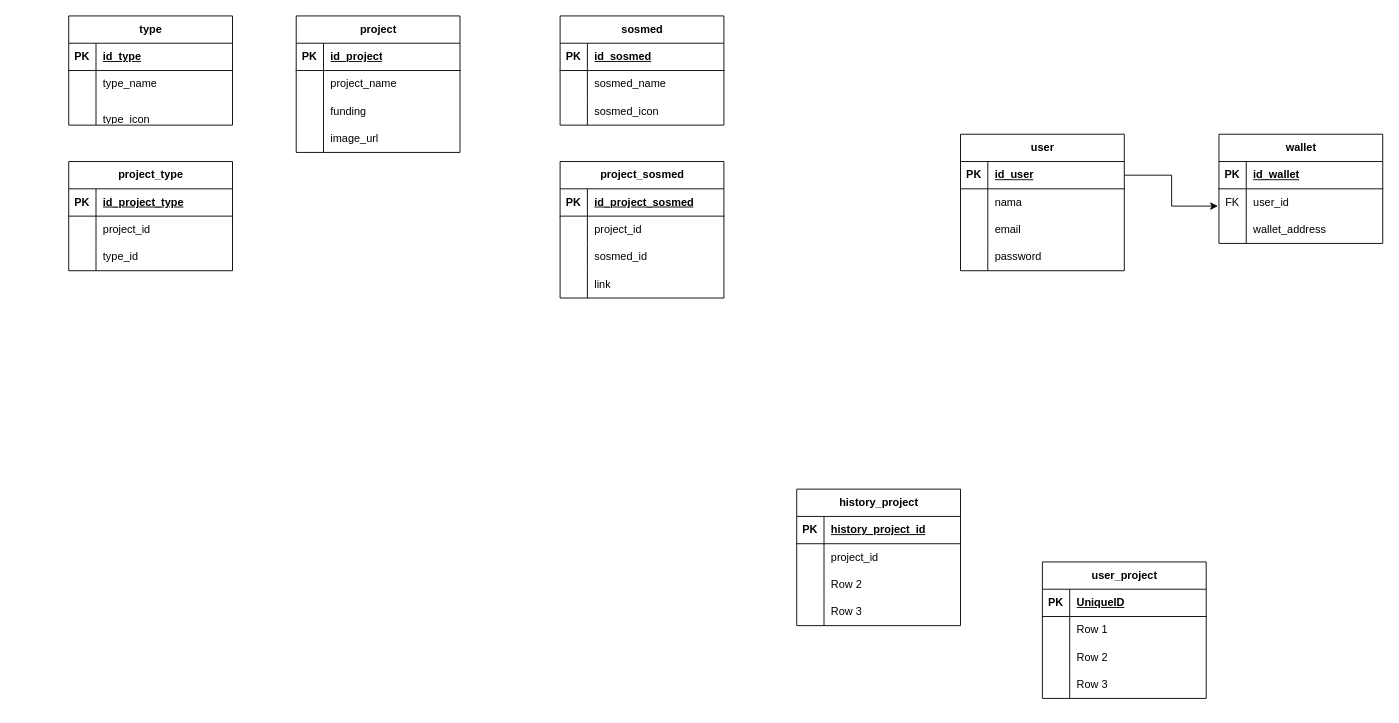
The draw.io diagram gitdrop.drawio in zerodevid/database_draw_io, before the edit. Source tidied: cells renumbered, new cells numbered last; positions are measured from the earlier drawing's top-left corner, leaving out a move shared by most shapes. Both pictures are drawn from the tidied source at 91%, with x=0, y=0 at pixel (68, 15).
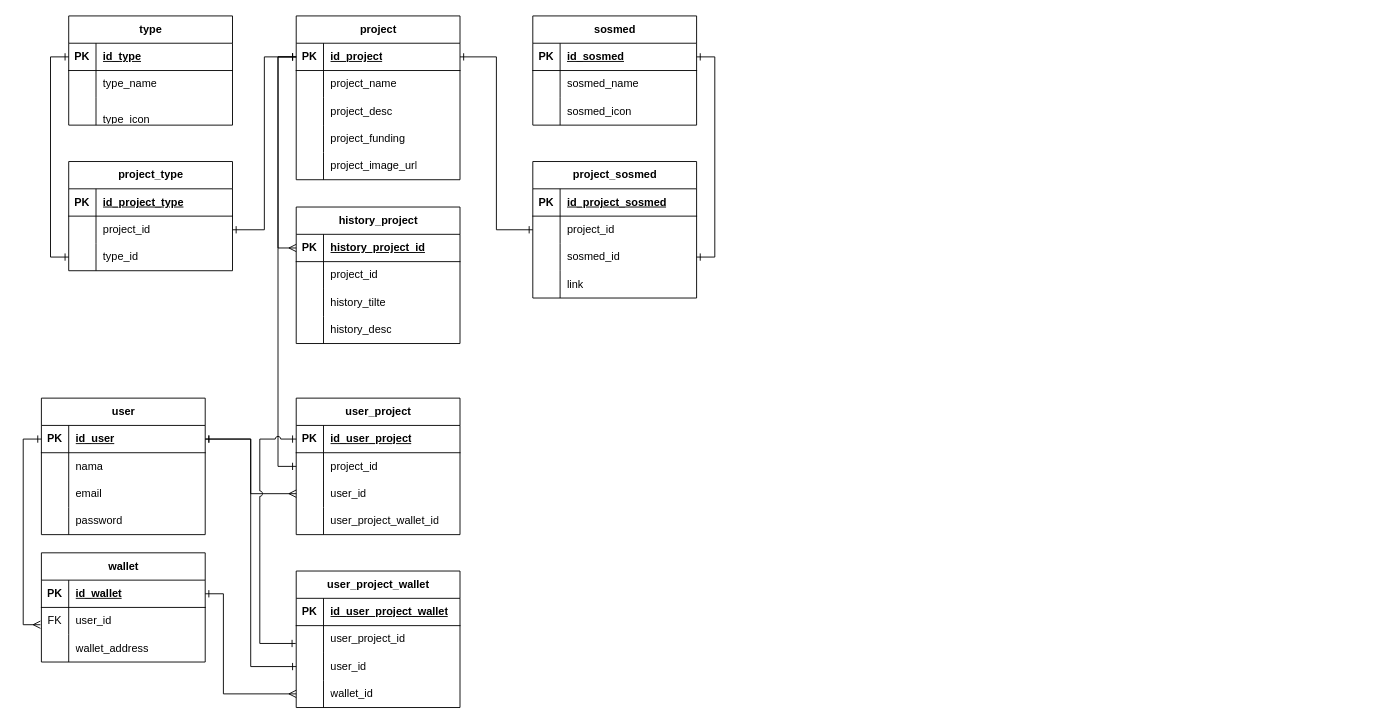
The same page after the edit.

The change refers to these unchanged cells:
```xml
<mxCell id="3" style="shape=tableRow;horizontal=0;startSize=0;swimlaneHead=0;swimlaneBody=0;fillColor=none;points=[[0,0.5],[1,0.5]];portConstraint=eastwest;top=0;left=0;right=0;bottom=1;" parent="2" vertex="1">
  <mxGeometry y="30" width="180" height="30" as="geometry" />
</mxCell>
<mxCell id="16" style="shape=tableRow;horizontal=0;startSize=0;swimlaneHead=0;swimlaneBody=0;fillColor=none;points=[[0,0.5],[1,0.5]];portConstraint=eastwest;top=0;left=0;right=0;bottom=1;" parent="15" vertex="1">
  <mxGeometry y="30" width="180" height="30" as="geometry" />
</mxCell>
<mxCell id="22" style="shape=tableRow;horizontal=0;startSize=0;swimlaneHead=0;swimlaneBody=0;fillColor=none;top=0;left=0;right=0;bottom=0;" parent="15" vertex="1">
  <mxGeometry y="90" width="180" height="30" as="geometry" />
</mxCell>
<mxCell id="25" style="shape=tableRow;horizontal=0;startSize=0;swimlaneHead=0;swimlaneBody=0;fillColor=none;top=0;left=0;right=0;bottom=0;" parent="15" vertex="1">
  <mxGeometry y="120" width="180" height="30" as="geometry" />
</mxCell>
<mxCell id="30" style="shape=tableRow;horizontal=0;startSize=0;swimlaneHead=0;swimlaneBody=0;fillColor=none;points=[[0,0.5],[1,0.5]];portConstraint=eastwest;top=0;left=0;right=0;bottom=1;" parent="29" vertex="1">
  <mxGeometry y="30" width="180" height="30" as="geometry" />
</mxCell>
<mxCell id="33" style="shape=tableRow;horizontal=0;startSize=0;swimlaneHead=0;swimlaneBody=0;fillColor=none;points=[[0,0.5],[1,0.5]];portConstraint=eastwest;top=0;left=0;right=0;bottom=0;" parent="29" vertex="1">
  <mxGeometry y="60" width="180" height="30" as="geometry" />
</mxCell>
<mxCell id="40" style="shape=tableRow;horizontal=0;startSize=0;swimlaneHead=0;swimlaneBody=0;fillColor=none;points=[[0,0.5],[1,0.5]];portConstraint=eastwest;top=0;left=0;right=0;bottom=1;" parent="39" vertex="1">
  <mxGeometry y="30" width="180" height="30" as="geometry" />
</mxCell>
<mxCell id="43" style="shape=tableRow;horizontal=0;startSize=0;swimlaneHead=0;swimlaneBody=0;fillColor=none;points=[[0,0.5],[1,0.5]];portConstraint=eastwest;top=0;left=0;right=0;bottom=0;" parent="39" vertex="1">
  <mxGeometry y="60" width="180" height="30" as="geometry" />
</mxCell>
<mxCell id="46" style="shape=tableRow;horizontal=0;startSize=0;swimlaneHead=0;swimlaneBody=0;fillColor=none;points=[[0,0.5],[1,0.5]];portConstraint=eastwest;top=0;left=0;right=0;bottom=0;" parent="39" vertex="1">
  <mxGeometry y="90" width="180" height="30" as="geometry" />
</mxCell>
<mxCell id="49" style="shape=tableRow;horizontal=0;startSize=0;swimlaneHead=0;swimlaneBody=0;fillColor=none;top=0;left=0;right=0;bottom=0;" parent="39" vertex="1">
  <mxGeometry y="120" width="180" height="30" as="geometry" />
</mxCell>
<mxCell id="53" style="shape=tableRow;horizontal=0;startSize=0;swimlaneHead=0;swimlaneBody=0;fillColor=none;points=[[0,0.5],[1,0.5]];portConstraint=eastwest;top=0;left=0;right=0;bottom=1;" parent="52" vertex="1">
  <mxGeometry y="30" width="180" height="30" as="geometry" />
</mxCell>
<mxCell id="63" style="shape=tableRow;horizontal=0;startSize=0;swimlaneHead=0;swimlaneBody=0;fillColor=none;points=[[0,0.5],[1,0.5]];portConstraint=eastwest;top=0;left=0;right=0;bottom=1;" parent="62" vertex="1">
  <mxGeometry y="30" width="180" height="30" as="geometry" />
</mxCell>
<mxCell id="76" style="shape=tableRow;horizontal=0;startSize=0;swimlaneHead=0;swimlaneBody=0;fillColor=none;points=[[0,0.5],[1,0.5]];portConstraint=eastwest;top=0;left=0;right=0;bottom=1;" parent="75" vertex="1">
  <mxGeometry y="30" width="180" height="30" as="geometry" />
</mxCell>
<mxCell id="89" style="shape=tableRow;horizontal=0;startSize=0;swimlaneHead=0;swimlaneBody=0;fillColor=none;points=[[0,0.5],[1,0.5]];portConstraint=eastwest;top=0;left=0;right=0;bottom=0;" parent="85" vertex="1">
  <mxGeometry y="60" width="180" height="30" as="geometry" />
</mxCell>
<mxCell id="92" style="shape=tableRow;horizontal=0;startSize=0;swimlaneHead=0;swimlaneBody=0;fillColor=none;points=[[0,0.5],[1,0.5]];portConstraint=eastwest;top=0;left=0;right=0;bottom=0;" parent="85" vertex="1">
  <mxGeometry y="90" width="180" height="30" as="geometry" />
</mxCell>
<mxCell id="102" style="shape=tableRow;horizontal=0;startSize=0;swimlaneHead=0;swimlaneBody=0;fillColor=none;points=[[0,0.5],[1,0.5]];portConstraint=eastwest;top=0;left=0;right=0;bottom=0;" parent="98" vertex="1">
  <mxGeometry y="60" width="180" height="30" as="geometry" />
</mxCell>
<mxCell id="105" style="shape=tableRow;horizontal=0;startSize=0;swimlaneHead=0;swimlaneBody=0;fillColor=none;points=[[0,0.5],[1,0.5]];portConstraint=eastwest;top=0;left=0;right=0;bottom=0;" parent="98" vertex="1">
  <mxGeometry y="90" width="180" height="30" as="geometry" />
</mxCell>
```

Change to the diagram source:
```diff
@@
     <mxCell id="2" value="user" style="shape=table;startSize=30;childLayout=tableLayout;rowLines=0;fontStyle=1;align=center;html=1;" parent="1" vertex="1">
-      <mxGeometry x="980" y="130" width="180" height="150" as="geometry" />
+      <mxGeometry x="-30" y="420" width="180" height="150" as="geometry" />
     </mxCell>
@@
     <mxCell id="15" value="history_project" style="shape=table;startSize=30;childLayout=tableLayout;rowLines=0;fontStyle=1;align=center;html=1;" parent="1" vertex="1">
-      <mxGeometry x="800" y="520" width="180" height="150" as="geometry" />
+      <mxGeometry x="250" y="210" width="180" height="150" as="geometry" />
     </mxCell>
@@
-    <mxCell id="24" value="Row 2" style="shape=partialRectangle;fillColor=none;top=0;left=0;bottom=0;right=0;align=left;spacingLeft=6;overflow=hidden;whiteSpace=wrap;html=1;" parent="22" vertex="1">
+    <mxCell id="24" value="history_tilte" style="shape=partialRectangle;fillColor=none;top=0;left=0;bottom=0;right=0;align=left;spacingLeft=6;overflow=hidden;whiteSpace=wrap;html=1;" parent="22" vertex="1">
       <mxGeometry x="30" width="150" height="30" as="geometry" />
     </mxCell>
@@
-    <mxCell id="27" value="Row 3" style="shape=partialRectangle;fillColor=none;top=0;left=0;bottom=0;right=0;align=left;spacingLeft=6;overflow=hidden;whiteSpace=wrap;html=1;" parent="25" vertex="1">
+    <mxCell id="27" value="history_desc" style="shape=partialRectangle;fillColor=none;top=0;left=0;bottom=0;right=0;align=left;spacingLeft=6;overflow=hidden;whiteSpace=wrap;html=1;" parent="25" vertex="1">
       <mxGeometry x="30" width="150" height="30" as="geometry" />
     </mxCell>
-    <mxCell id="28" style="edgeStyle=orthogonalEdgeStyle;rounded=0;jettySize=auto;html=1;entryX=-0.006;entryY=0.633;entryDx=0;entryDy=0;entryPerimeter=0;" parent="1" edge="1" source="3" target="33">
-      <mxGeometry relative="1" as="geometry" />
+    <mxCell id="28" style="edgeStyle=orthogonalEdgeStyle;rounded=0;jettySize=auto;html=1;entryX=-0.006;entryY=0.633;entryDx=0;entryDy=0;entryPerimeter=0;startArrow=ERone;startFill=0;endArrow=ERmany;endFill=0;" parent="1" edge="1" source="3" target="33">
+      <mxGeometry relative="1" as="geometry">
+        <Array as="points">
+          <mxPoint x="-50" y="465" />
+          <mxPoint x="-50" y="669" />
+        </Array>
+      </mxGeometry>
     </mxCell>
     <mxCell id="29" value="wallet" style="shape=table;startSize=30;childLayout=tableLayout;rowLines=0;fontStyle=1;align=center;html=1;" parent="1" vertex="1">
-      <mxGeometry x="1264" y="130" width="180" height="120" as="geometry" />
+      <mxGeometry x="-30" y="590" width="180" height="120" as="geometry" />
     </mxCell>
@@
     <mxCell id="39" value="user_project" style="shape=table;startSize=30;childLayout=tableLayout;rowLines=0;fontStyle=1;align=center;html=1;" parent="1" vertex="1">
-      <mxGeometry x="1070" y="600" width="180" height="150" as="geometry" />
+      <mxGeometry x="250" y="420" width="180" height="150" as="geometry" />
     </mxCell>
@@
-    <mxCell id="42" value="UniqueID" style="shape=partialRectangle;fillColor=none;top=0;left=0;bottom=0;right=0;align=left;spacingLeft=6;fontStyle=5;overflow=hidden;whiteSpace=wrap;html=1;" parent="40" vertex="1">
+    <mxCell id="42" value="id_user_project" style="shape=partialRectangle;fillColor=none;top=0;left=0;bottom=0;right=0;align=left;spacingLeft=6;fontStyle=5;overflow=hidden;whiteSpace=wrap;html=1;" parent="40" vertex="1">
       <mxGeometry x="30" width="150" height="30" as="geometry" />
     </mxCell>
@@
-    <mxCell id="45" value="Row 1" style="shape=partialRectangle;fillColor=none;top=0;left=0;bottom=0;right=0;align=left;spacingLeft=6;overflow=hidden;whiteSpace=wrap;html=1;" parent="43" vertex="1">
+    <mxCell id="45" value="project_id" style="shape=partialRectangle;fillColor=none;top=0;left=0;bottom=0;right=0;align=left;spacingLeft=6;overflow=hidden;whiteSpace=wrap;html=1;" parent="43" vertex="1">
       <mxGeometry x="30" width="150" height="30" as="geometry" />
     </mxCell>
@@
-    <mxCell id="48" value="Row 2" style="shape=partialRectangle;fillColor=none;top=0;left=0;bottom=0;right=0;align=left;spacingLeft=6;overflow=hidden;whiteSpace=wrap;html=1;" parent="46" vertex="1">
+    <mxCell id="48" value="user_id" style="shape=partialRectangle;fillColor=none;top=0;left=0;bottom=0;right=0;align=left;spacingLeft=6;overflow=hidden;whiteSpace=wrap;html=1;" parent="46" vertex="1">
       <mxGeometry x="30" width="150" height="30" as="geometry" />
     </mxCell>
@@
-    <mxCell id="51" value="Row 3" style="shape=partialRectangle;fillColor=none;top=0;left=0;bottom=0;right=0;align=left;spacingLeft=6;overflow=hidden;whiteSpace=wrap;html=1;" parent="49" vertex="1">
+    <mxCell id="51" value="&lt;span style=&quot;text-align: center; text-wrap-mode: nowrap;&quot;&gt;user_project_wallet_id&lt;/span&gt;" style="shape=partialRectangle;fillColor=none;top=0;left=0;bottom=0;right=0;align=left;spacingLeft=6;overflow=hidden;whiteSpace=wrap;html=1;" parent="49" vertex="1">
       <mxGeometry x="30" width="150" height="30" as="geometry" />
     </mxCell>
@@
     <mxCell id="62" value="project" style="shape=table;startSize=30;childLayout=tableLayout;rowLines=0;fontStyle=1;align=center;html=1;" parent="1" vertex="1">
-      <mxGeometry x="250" width="180" height="150" as="geometry" />
+      <mxGeometry x="250" width="180" height="180" as="geometry" />
     </mxCell>
@@
+    <mxCell id="108" style="shape=tableRow;horizontal=0;startSize=0;swimlaneHead=0;swimlaneBody=0;fillColor=none;top=0;left=0;right=0;bottom=0;" parent="62" vertex="1">
+      <mxGeometry y="90" width="180" height="30" as="geometry" />
+    </mxCell>
+    <mxCell id="109" style="shape=partialRectangle;fillColor=none;top=0;left=0;bottom=0;right=0;overflow=hidden;whiteSpace=wrap;html=1;" parent="108" vertex="1">
+      <mxGeometry width="30" height="30" as="geometry" />
+    </mxCell>
+    <mxCell id="110" value="project_desc" style="shape=partialRectangle;fillColor=none;top=0;left=0;bottom=0;right=0;align=left;spacingLeft=6;overflow=hidden;whiteSpace=wrap;html=1;" parent="108" vertex="1">
+      <mxGeometry x="30" width="150" height="30" as="geometry" />
+    </mxCell>
     <mxCell id="69" style="shape=tableRow;horizontal=0;startSize=0;swimlaneHead=0;swimlaneBody=0;fillColor=none;top=0;left=0;right=0;bottom=0;" parent="62" vertex="1">
-      <mxGeometry y="90" width="180" height="30" as="geometry" />
+      <mxGeometry y="120" width="180" height="30" as="geometry" />
     </mxCell>
@@
-    <mxCell id="71" value="funding" style="shape=partialRectangle;fillColor=none;top=0;left=0;bottom=0;right=0;align=left;spacingLeft=6;overflow=hidden;whiteSpace=wrap;html=1;" parent="69" vertex="1">
+    <mxCell id="71" value="project_funding" style="shape=partialRectangle;fillColor=none;top=0;left=0;bottom=0;right=0;align=left;spacingLeft=6;overflow=hidden;whiteSpace=wrap;html=1;" parent="69" vertex="1">
       <mxGeometry x="30" width="150" height="30" as="geometry" />
     </mxCell>
     <mxCell id="72" style="shape=tableRow;horizontal=0;startSize=0;swimlaneHead=0;swimlaneBody=0;fillColor=none;top=0;left=0;right=0;bottom=0;" parent="62" vertex="1">
-      <mxGeometry y="120" width="180" height="30" as="geometry" />
+      <mxGeometry y="150" width="180" height="30" as="geometry" />
     </mxCell>
@@
-    <mxCell id="74" value="image_url" style="shape=partialRectangle;fillColor=none;top=0;left=0;bottom=0;right=0;align=left;spacingLeft=6;overflow=hidden;whiteSpace=wrap;html=1;" parent="72" vertex="1">
+    <mxCell id="74" value="project_image_url" style="shape=partialRectangle;fillColor=none;top=0;left=0;bottom=0;right=0;align=left;spacingLeft=6;overflow=hidden;whiteSpace=wrap;html=1;" parent="72" vertex="1">
       <mxGeometry x="30" width="150" height="30" as="geometry" />
     </mxCell>
     <mxCell id="75" value="sosmed" style="shape=table;startSize=30;childLayout=tableLayout;rowLines=0;fontStyle=1;align=center;html=1;" parent="1" vertex="1">
-      <mxGeometry x="540" width="180" height="120" as="geometry" />
+      <mxGeometry x="510" width="180" height="120" as="geometry" />
     </mxCell>
@@
     <mxCell id="85" value="project_sosmed" style="shape=table;startSize=30;childLayout=tableLayout;rowLines=0;fontStyle=1;align=center;html=1;" parent="1" vertex="1">
-      <mxGeometry x="540" y="160" width="180" height="150" as="geometry" />
+      <mxGeometry x="510" y="160" width="180" height="150" as="geometry" />
     </mxCell>
@@
+    <mxCell id="111" style="edgeStyle=orthogonalEdgeStyle;rounded=0;jettySize=auto;html=1;entryX=0;entryY=0.5;entryDx=0;entryDy=0;curved=0;endArrow=ERone;endFill=0;startArrow=ERone;startFill=0;" parent="1" edge="1" source="105" target="53">
+      <mxGeometry relative="1" as="geometry" />
+    </mxCell>
+    <mxCell id="112" style="edgeStyle=orthogonalEdgeStyle;rounded=0;jettySize=auto;html=1;entryX=1;entryY=0.5;entryDx=0;entryDy=0;endArrow=ERone;endFill=0;startArrow=ERone;startFill=0;" parent="1" edge="1" source="63" target="102">
+      <mxGeometry relative="1" as="geometry" />
+    </mxCell>
+    <mxCell id="113" style="edgeStyle=orthogonalEdgeStyle;rounded=0;jettySize=auto;html=1;entryX=1;entryY=0.5;entryDx=0;entryDy=0;endArrow=ERone;endFill=0;startArrow=ERone;startFill=0;" parent="1" edge="1" source="76" target="92">
+      <mxGeometry relative="1" as="geometry">
+        <Array as="points">
+          <mxPoint x="710" y="45" />
+          <mxPoint x="710" y="265" />
+        </Array>
+      </mxGeometry>
+    </mxCell>
+    <mxCell id="114" style="edgeStyle=orthogonalEdgeStyle;rounded=0;jettySize=auto;html=1;entryX=0;entryY=0.5;entryDx=0;entryDy=0;endArrow=ERone;endFill=0;startArrow=ERone;startFill=0;" parent="1" edge="1" source="63" target="89">
+      <mxGeometry relative="1" as="geometry" />
+    </mxCell>
+    <mxCell id="115" style="edgeStyle=orthogonalEdgeStyle;rounded=0;jettySize=auto;html=1;entryX=0;entryY=0.5;entryDx=0;entryDy=0;startArrow=ERone;startFill=0;endArrow=ERmany;endFill=0;" parent="1" edge="1" source="63" target="16">
+      <mxGeometry relative="1" as="geometry" />
+    </mxCell>
+    <mxCell id="116" style="edgeStyle=orthogonalEdgeStyle;rounded=0;jettySize=auto;html=1;entryX=0;entryY=0.5;entryDx=0;entryDy=0;endArrow=ERmany;endFill=0;startArrow=ERone;startFill=0;" parent="1" edge="1" source="3" target="46">
+      <mxGeometry relative="1" as="geometry" />
+    </mxCell>
+    <mxCell id="117" style="edgeStyle=orthogonalEdgeStyle;rounded=0;jettySize=auto;html=1;entryX=0;entryY=0.5;entryDx=0;entryDy=0;startArrow=ERone;startFill=0;endArrow=ERone;endFill=0;" parent="1" edge="1" source="63" target="43">
+      <mxGeometry relative="1" as="geometry" />
+    </mxCell>
+    <mxCell id="118" value="user_project_wallet" style="shape=table;startSize=30;childLayout=tableLayout;rowLines=0;fontStyle=1;align=center;html=1;" parent="1" vertex="1">
+      <mxGeometry x="250" y="610" width="180" height="150" as="geometry" />
+    </mxCell>
+    <mxCell id="119" style="shape=tableRow;horizontal=0;startSize=0;swimlaneHead=0;swimlaneBody=0;fillColor=none;top=0;left=0;right=0;bottom=1;" parent="118" vertex="1">
+      <mxGeometry y="30" width="180" height="30" as="geometry" />
+    </mxCell>
+    <mxCell id="120" value="PK" style="shape=partialRectangle;fillColor=none;top=0;left=0;bottom=0;right=0;fontStyle=1;overflow=hidden;whiteSpace=wrap;html=1;" parent="119" vertex="1">
+      <mxGeometry width="30" height="30" as="geometry" />
+    </mxCell>
+    <mxCell id="121" value="id_&lt;span style=&quot;text-align: center; text-wrap-mode: nowrap;&quot;&gt;user_project_wallet&lt;/span&gt;" style="shape=partialRectangle;fillColor=none;top=0;left=0;bottom=0;right=0;align=left;spacingLeft=6;fontStyle=5;overflow=hidden;whiteSpace=wrap;html=1;" parent="119" vertex="1">
+      <mxGeometry x="30" width="150" height="30" as="geometry" />
+    </mxCell>
+    <mxCell id="122" style="shape=tableRow;horizontal=0;startSize=0;swimlaneHead=0;swimlaneBody=0;fillColor=none;points=[[0,0.5],[1,0.5]];portConstraint=eastwest;top=0;left=0;right=0;bottom=0;" parent="118" vertex="1">
+      <mxGeometry y="60" width="180" height="30" as="geometry" />
+    </mxCell>
+    <mxCell id="123" style="shape=partialRectangle;fillColor=none;top=0;left=0;bottom=0;right=0;overflow=hidden;whiteSpace=wrap;html=1;" parent="122" vertex="1">
+      <mxGeometry width="30" height="30" as="geometry" />
+    </mxCell>
+    <mxCell id="124" value="user_project_id" style="shape=partialRectangle;fillColor=none;top=0;left=0;bottom=0;right=0;align=left;spacingLeft=6;overflow=hidden;whiteSpace=wrap;html=1;" parent="122" vertex="1">
+      <mxGeometry x="30" width="150" height="30" as="geometry" />
+    </mxCell>
+    <mxCell id="125" style="shape=tableRow;horizontal=0;startSize=0;swimlaneHead=0;swimlaneBody=0;fillColor=none;points=[[0,0.5],[1,0.5]];portConstraint=eastwest;top=0;left=0;right=0;bottom=0;" parent="118" vertex="1">
+      <mxGeometry y="90" width="180" height="30" as="geometry" />
+    </mxCell>
+    <mxCell id="126" style="shape=partialRectangle;fillColor=none;top=0;left=0;bottom=0;right=0;overflow=hidden;whiteSpace=wrap;html=1;" parent="125" vertex="1">
+      <mxGeometry width="30" height="30" as="geometry" />
+    </mxCell>
+    <mxCell id="127" value="user_id" style="shape=partialRectangle;fillColor=none;top=0;left=0;bottom=0;right=0;align=left;spacingLeft=6;overflow=hidden;whiteSpace=wrap;html=1;" parent="125" vertex="1">
+      <mxGeometry x="30" width="150" height="30" as="geometry" />
+    </mxCell>
+    <mxCell id="128" style="shape=tableRow;horizontal=0;startSize=0;swimlaneHead=0;swimlaneBody=0;fillColor=none;points=[[0,0.5],[1,0.5]];portConstraint=eastwest;top=0;left=0;right=0;bottom=0;" parent="118" vertex="1">
+      <mxGeometry y="120" width="180" height="30" as="geometry" />
+    </mxCell>
+    <mxCell id="129" style="shape=partialRectangle;fillColor=none;top=0;left=0;bottom=0;right=0;overflow=hidden;whiteSpace=wrap;html=1;" parent="128" vertex="1">
+      <mxGeometry width="30" height="30" as="geometry" />
+    </mxCell>
+    <mxCell id="130" value="wallet_id" style="shape=partialRectangle;fillColor=none;top=0;left=0;bottom=0;right=0;align=left;spacingLeft=6;overflow=hidden;whiteSpace=wrap;html=1;" parent="128" vertex="1">
+      <mxGeometry x="30" width="150" height="30" as="geometry" />
+    </mxCell>
+    <mxCell id="131" style="edgeStyle=orthogonalEdgeStyle;rounded=0;jettySize=auto;html=1;entryX=0;entryY=0.5;entryDx=0;entryDy=0;endArrow=ERmany;endFill=0;startArrow=ERone;startFill=0;jumpStyle=arc;" parent="1" edge="1" source="30" target="128">
+      <mxGeometry relative="1" as="geometry">
+        <Array as="points">
+          <mxPoint x="170" y="635" />
+          <mxPoint x="170" y="745" />
+        </Array>
+      </mxGeometry>
+    </mxCell>
+    <mxCell id="132" style="edgeStyle=orthogonalEdgeStyle;rounded=0;jettySize=auto;html=1;entryX=0;entryY=0.5;entryDx=0;entryDy=0;startArrow=ERone;startFill=0;endArrow=ERone;endFill=0;jumpStyle=arc;" parent="1" edge="1" source="3" target="125">
+      <mxGeometry relative="1" as="geometry">
+        <Array as="points">
+          <mxPoint x="200" y="465" />
+          <mxPoint x="200" y="715" />
+        </Array>
+      </mxGeometry>
+    </mxCell>
+    <mxCell id="133" style="edgeStyle=orthogonalEdgeStyle;rounded=0;jettySize=auto;html=1;entryX=-0.003;entryY=0.654;entryDx=0;entryDy=0;entryPerimeter=0;jumpStyle=arc;endArrow=ERone;endFill=0;startArrow=ERone;startFill=0;" parent="1" edge="1" source="40" target="122">
+      <mxGeometry relative="1" as="geometry">
+        <Array as="points">
+          <mxPoint x="210" y="465" />
+          <mxPoint x="210" y="690" />
+        </Array>
+      </mxGeometry>
+    </mxCell>
```
